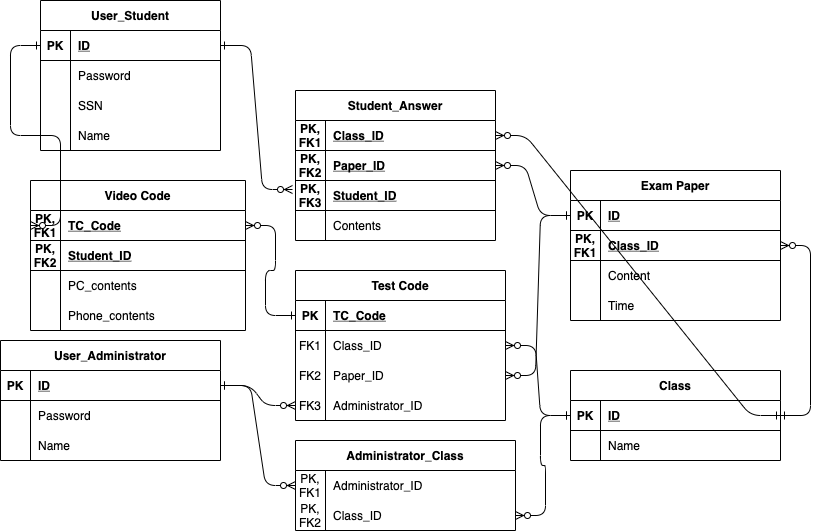
Before: img/sds/Relational Schema.png, a diagram exported from draw.io (skkuse/2021spring_41class_team2). Source tidied: cells renumbered, new cells last; positions are measured from the earlier drawing's top-left corner, leaving out a move shared by most shapes.
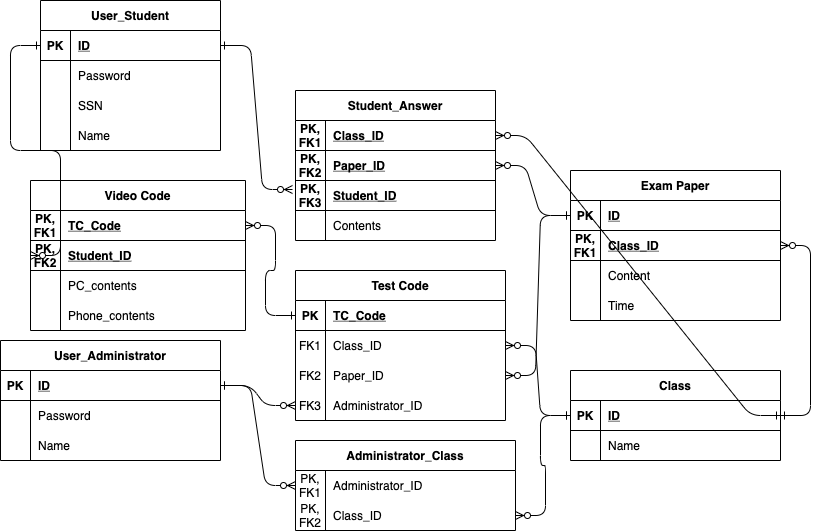
After the change.

Commit message:
Relational Schema

Change to the diagram source:
```diff
@@ -299,7 +299,7 @@
     <mxCell id="100" style="edgeStyle=entityRelationEdgeStyle;endArrow=ERzeroToMany;startArrow=ERone;endFill=1;startFill=0;exitX=1;exitY=0.5;exitDx=0;exitDy=0;" parent="1" edge="1" source="16" target="85">
       <mxGeometry relative="1" as="geometry" />
     </mxCell>
-    <mxCell id="101" style="edgeStyle=entityRelationEdgeStyle;endArrow=ERzeroToMany;startArrow=ERone;endFill=1;startFill=0;exitX=0;exitY=0.5;exitDx=0;exitDy=0;entryX=0;entryY=0.5;entryDx=0;entryDy=0;" parent="1" edge="1" source="3" target="69">
+    <mxCell id="101" style="edgeStyle=entityRelationEdgeStyle;endArrow=ERzeroToMany;startArrow=ERone;endFill=1;startFill=0;exitX=0;exitY=0.5;exitDx=0;exitDy=0;entryX=0;entryY=0.5;entryDx=0;entryDy=0;" parent="1" edge="1" source="3" target="72">
       <mxGeometry relative="1" as="geometry" />
     </mxCell>
   </root>
```
